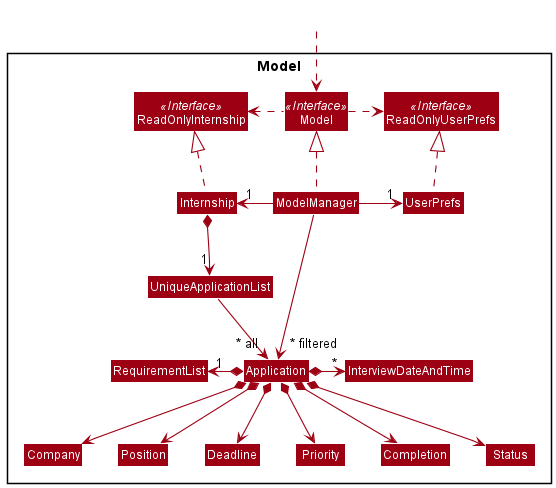
Before: docs/images/ModelClassDiagram.png, a diagram exported from PlantUML (tianyue58/tp).
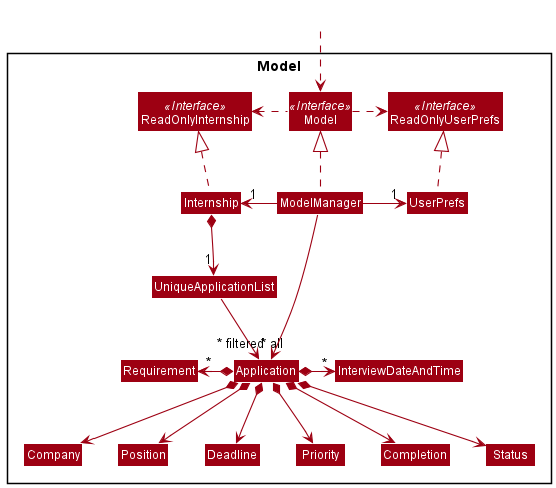
The same file after the commit.

Commit message:
Fix issues in diagrams in DG

What changed in the source:
```diff
@@ -24,7 +24,7 @@
 Class Priority
 Class Completion
 Class Status
-Class RequirementList
+Class Requirement
 Class InterviewDateAndTime
 }
 
@@ -48,7 +48,7 @@
 Application *--> Priority
 Application *--> Completion
 Application *--> Status
-Application *-left> "1" RequirementList
+Application *-left> "*" Requirement
 Application *-right> "*" InterviewDateAndTime
 
 ModelManager -->"~* filtered" Application
```
